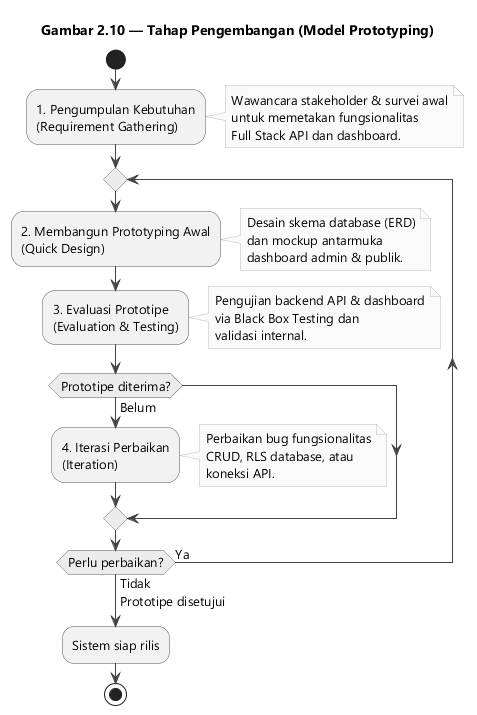
Jokskuyy/workflow-ta-proyek keeps this PlantUML diagram as images/diagram_tahap_pengembangan.png. Above is the earlier version. Source of this version:
```plantuml
@startuml gambar-2-10-tahap-pengembangan

skinparam backgroundColor #FFFFFF
skinparam shadowing false
skinparam defaultFontName "Segoe UI"
skinparam defaultFontSize 13
skinparam ArrowColor #444444
skinparam ActivityBorderColor #555555
skinparam ActivityBackgroundColor #F2F2F2
skinparam ActivityDiamondBackgroundColor #ECECEC
skinparam ActivityDiamondBorderColor #555555
skinparam NoteBackgroundColor #FAFAFA
skinparam NoteBorderColor #BBBBBB

title Gambar 2.10 — Tahap Pengembangan (Model Prototyping)

start

:1. Pengumpulan Kebutuhan\n(Requirement Gathering);
note right
  Wawancara stakeholder & survei awal
  untuk memetakan fungsionalitas
  Full Stack API dan dashboard.
end note

repeat
  :2. Membangun Prototyping Awal\n(Quick Design);
  note right
    Desain skema database (ERD)
    dan mockup antarmuka
    dashboard admin & publik.
  end note

  :3. Evaluasi Prototipe\n(Evaluation & Testing);
  note right
    Pengujian backend API & dashboard
    via Black Box Testing dan
    validasi internal.
  end note

  if (Prototipe diterima?) then (Belum)
    :4. Iterasi Perbaikan\n(Iteration);
    note right
      Perbaikan bug fungsionalitas
      CRUD, RLS database, atau
      koneksi API.
    end note
  endif
repeat while (Perlu perbaikan?) is (Ya) not (Tidak)
->Prototipe disetujui;

:Sistem siap rilis;

stop

@enduml
```
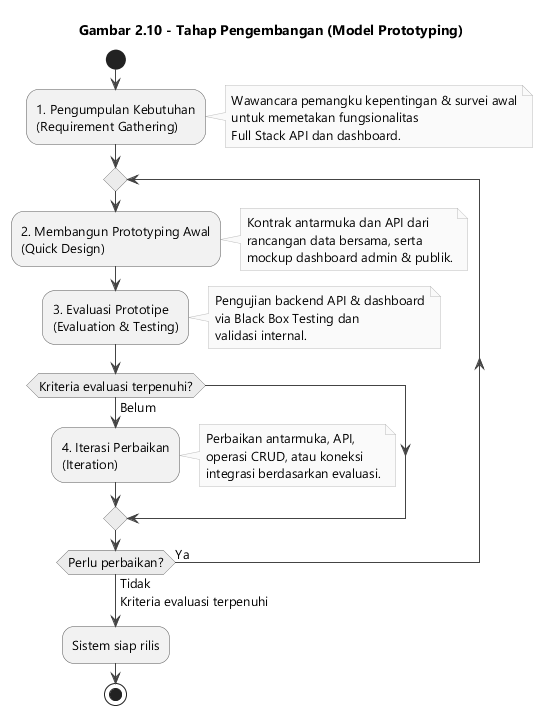
After the commit.

Change to the diagram source:
```diff
@@ -12,13 +12,13 @@
 skinparam NoteBackgroundColor #FAFAFA
 skinparam NoteBorderColor #BBBBBB
 
-title Gambar 2.10 — Tahap Pengembangan (Model Prototyping)
+title Gambar 2.10 - Tahap Pengembangan (Model Prototyping)
 
 start
 
 :1. Pengumpulan Kebutuhan\n(Requirement Gathering);
 note right
-  Wawancara stakeholder & survei awal
+  Wawancara pemangku kepentingan & survei awal
   untuk memetakan fungsionalitas
   Full Stack API dan dashboard.
 end note
@@ -26,9 +26,9 @@
 repeat
   :2. Membangun Prototyping Awal\n(Quick Design);
   note right
-    Desain skema database (ERD)
-    dan mockup antarmuka
-    dashboard admin & publik.
+    Kontrak antarmuka dan API dari
+    rancangan data bersama, serta
+    mockup dashboard admin & publik.
   end note
 
   :3. Evaluasi Prototipe\n(Evaluation & Testing);
@@ -38,16 +38,16 @@
     validasi internal.
   end note
 
-  if (Prototipe diterima?) then (Belum)
+  if (Kriteria evaluasi terpenuhi?) then (Belum)
     :4. Iterasi Perbaikan\n(Iteration);
     note right
-      Perbaikan bug fungsionalitas
-      CRUD, RLS database, atau
-      koneksi API.
+      Perbaikan antarmuka, API,
+      operasi CRUD, atau koneksi
+      integrasi berdasarkan evaluasi.
     end note
   endif
 repeat while (Perlu perbaikan?) is (Ya) not (Tidak)
-->Prototipe disetujui;
+->Kriteria evaluasi terpenuhi;
 
 :Sistem siap rilis;
 
```
